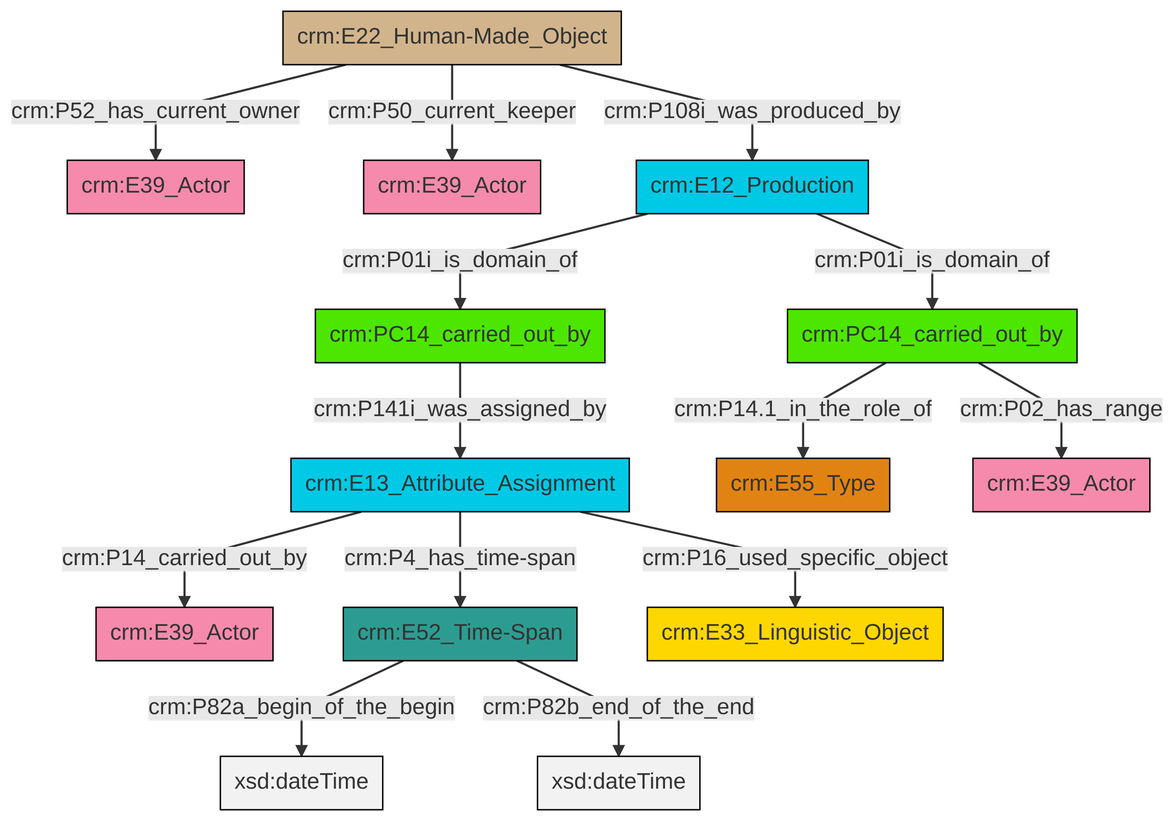
The Mermaid diagram et/carrierCSV/ttl/mmd/png/carrier_relations.png in swiss-art-research-net/docs.swissartresearch, before a commit. Its source is kept beside it as et/carrierCSV/ttl/mmd/carrier_relations.ttl.mmd.
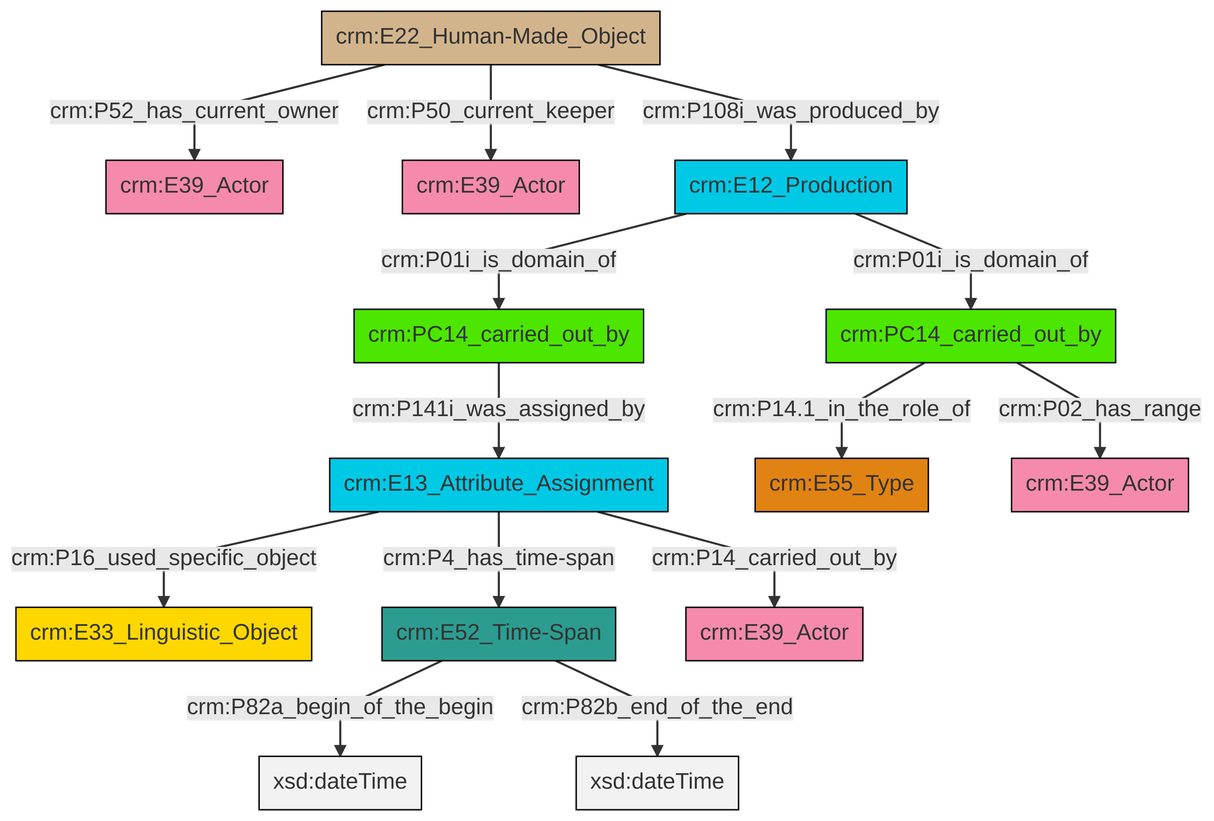
After the change.

What changed in the source:
```diff
@@ -13,16 +13,16 @@
 classDef PC_Classes fill:#4ce600, stroke:#000000;
 classDef Multi fill:#cccccc,stroke:#000000;
 
-2["crm:PC14_carried_out_by"]:::PC_Classes -->|crm:P14.1_in_the_role_of| 3["crm:E55_Type"]:::Type
-4["crm:E22_Human-Made_Object"]:::Physical_Thing -->|crm:P52_has_current_owner| 0["crm:E39_Actor"]:::Actor
-5["crm:E12_Production"]:::Temporal_Entity -->|crm:P01i_is_domain_of| 11["crm:PC14_carried_out_by"]:::PC_Classes
-9["crm:E13_Attribute_Assignment"]:::Temporal_Entity -->|crm:P14_carried_out_by| 12["crm:E39_Actor"]:::Actor
-2["crm:PC14_carried_out_by"]:::PC_Classes -->|crm:P02_has_range| 13["crm:E39_Actor"]:::Actor
-9["crm:E13_Attribute_Assignment"]:::Temporal_Entity -->|crm:P4_has_time-span| 7["crm:E52_Time-Span"]:::Time-Span
-5["crm:E12_Production"]:::Temporal_Entity -->|crm:P01i_is_domain_of| 2["crm:PC14_carried_out_by"]:::PC_Classes
-11["crm:PC14_carried_out_by"]:::PC_Classes -->|crm:P141i_was_assigned_by| 9["crm:E13_Attribute_Assignment"]:::Temporal_Entity
-9["crm:E13_Attribute_Assignment"]:::Temporal_Entity -->|crm:P16_used_specific_object| 14["crm:E33_Linguistic_Object"]:::Conceptual_Object
-4["crm:E22_Human-Made_Object"]:::Physical_Thing -->|crm:P50_current_keeper| 16["crm:E39_Actor"]:::Actor
-4["crm:E22_Human-Made_Object"]:::Physical_Thing -->|crm:P108i_was_produced_by| 5["crm:E12_Production"]:::Temporal_Entity
-7["crm:E52_Time-Span"]:::Time-Span -->|crm:P82a_begin_of_the_begin| 20[xsd:dateTime]:::Literal
-7["crm:E52_Time-Span"]:::Time-Span -->|crm:P82b_end_of_the_end| 24[xsd:dateTime]:::Literal
+0["crm:E22_Human-Made_Object"]:::Physical_Thing -->|crm:P52_has_current_owner| 1["crm:E39_Actor"]:::Actor
+4["crm:PC14_carried_out_by"]:::PC_Classes -->|crm:P141i_was_assigned_by| 6["crm:E13_Attribute_Assignment"]:::Temporal_Entity
+7["crm:PC14_carried_out_by"]:::PC_Classes -->|crm:P02_has_range| 12["crm:E39_Actor"]:::Actor
+6["crm:E13_Attribute_Assignment"]:::Temporal_Entity -->|crm:P16_used_specific_object| 13["crm:E33_Linguistic_Object"]:::Conceptual_Object
+0["crm:E22_Human-Made_Object"]:::Physical_Thing -->|crm:P50_current_keeper| 2["crm:E39_Actor"]:::Actor
+15["crm:E12_Production"]:::Temporal_Entity -->|crm:P01i_is_domain_of| 7["crm:PC14_carried_out_by"]:::PC_Classes
+16["crm:E52_Time-Span"]:::Time-Span -->|crm:P82a_begin_of_the_begin| 17[xsd:dateTime]:::Literal
+16["crm:E52_Time-Span"]:::Time-Span -->|crm:P82b_end_of_the_end| 19[xsd:dateTime]:::Literal
+0["crm:E22_Human-Made_Object"]:::Physical_Thing -->|crm:P108i_was_produced_by| 15["crm:E12_Production"]:::Temporal_Entity
+6["crm:E13_Attribute_Assignment"]:::Temporal_Entity -->|crm:P4_has_time-span| 16["crm:E52_Time-Span"]:::Time-Span
+15["crm:E12_Production"]:::Temporal_Entity -->|crm:P01i_is_domain_of| 4["crm:PC14_carried_out_by"]:::PC_Classes
+6["crm:E13_Attribute_Assignment"]:::Temporal_Entity -->|crm:P14_carried_out_by| 24["crm:E39_Actor"]:::Actor
+7["crm:PC14_carried_out_by"]:::PC_Classes -->|crm:P14.1_in_the_role_of| 10["crm:E55_Type"]:::Type
```
